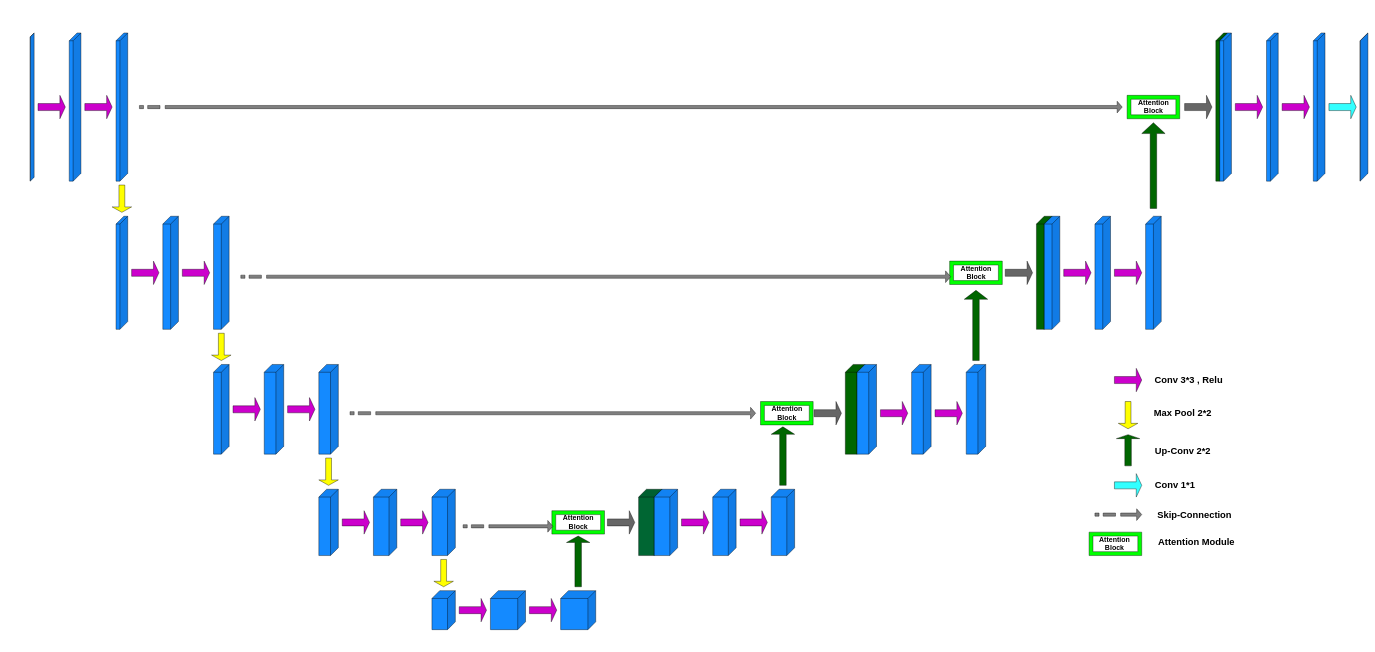
This is my_unet_1.drawio from AnayPanja/demo_drawing_at_draw.io, a draw.io file, before an edit. Source tidied: cells renumbered, new cells numbered last; positions are measured from the earlier drawing's top-left corner, leaving out a move shared by most shapes. Both pictures are drawn from the tidied source at 39%, with x=0, y=0 at pixel (30, 33).
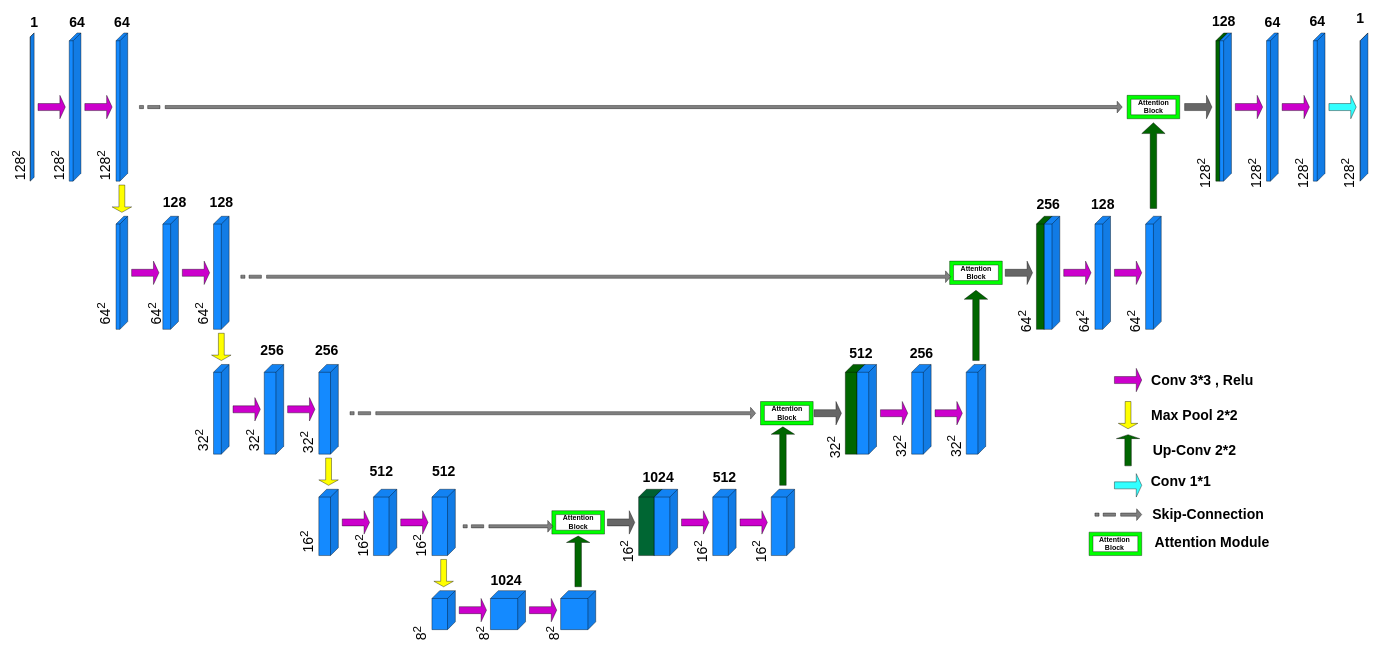
After the change.

What changed in the source:
```diff
@@
-    <mxCell id="82" value="&lt;font style=&quot;font-size: 24px;&quot;&gt;&lt;b&gt;Conv 3*3 , Relu&lt;/b&gt;&lt;/font&gt;" style="text;html=1;align=center;verticalAlign=middle;strokeColor=none;fillColor=none;" parent="1" vertex="1">
-      <mxGeometry x="2870" y="870" width="200" height="40" as="geometry" />
+    <mxCell id="82" value="&lt;font style=&quot;font-size: 36px;&quot;&gt;&lt;b style=&quot;&quot;&gt;Conv 3*3 , Relu&lt;/b&gt;&lt;/font&gt;" style="text;html=1;align=center;verticalAlign=middle;strokeColor=none;fillColor=none;" parent="1" vertex="1">
+      <mxGeometry x="2860" y="860" width="290" height="60" as="geometry" />
     </mxCell>
-    <mxCell id="83" value="&lt;font style=&quot;font-size: 24px;&quot;&gt;&lt;b&gt;Max Pool 2*2&lt;/b&gt;&lt;/font&gt;" style="text;html=1;align=center;verticalAlign=middle;strokeColor=none;fillColor=none;" parent="1" vertex="1">
-      <mxGeometry x="2870" y="955" width="170" height="40" as="geometry" />
+    <mxCell id="83" value="&lt;font style=&quot;font-size: 36px;&quot;&gt;&lt;b style=&quot;&quot;&gt;Max Pool 2*2&lt;/b&gt;&lt;/font&gt;" style="text;html=1;align=center;verticalAlign=middle;strokeColor=none;fillColor=none;" parent="1" vertex="1">
+      <mxGeometry x="2860" y="950" width="250" height="60" as="geometry" />
     </mxCell>
-    <mxCell id="84" value="&lt;font style=&quot;font-size: 24px;&quot;&gt;&lt;b&gt;Up-Conv 2*2&lt;/b&gt;&lt;/font&gt;" style="text;html=1;align=center;verticalAlign=middle;strokeColor=none;fillColor=none;" parent="1" vertex="1">
-      <mxGeometry x="2870" y="1053" width="170" height="40" as="geometry" />
+    <mxCell id="84" value="&lt;font style=&quot;font-size: 36px;&quot;&gt;&lt;b style=&quot;&quot;&gt;Up-Conv 2*2&lt;/b&gt;&lt;/font&gt;" style="text;html=1;align=center;verticalAlign=middle;strokeColor=none;fillColor=none;" parent="1" vertex="1">
+      <mxGeometry x="2865" y="1040" width="240" height="60" as="geometry" />
     </mxCell>
-    <mxCell id="85" value="&lt;font style=&quot;font-size: 24px;&quot;&gt;&lt;b&gt;Conv 1*1&lt;/b&gt;&lt;/font&gt;" style="text;html=1;align=center;verticalAlign=middle;strokeColor=none;fillColor=none;" parent="1" vertex="1">
-      <mxGeometry x="2870" y="1140" width="130" height="40" as="geometry" />
+    <mxCell id="85" value="&lt;font style=&quot;font-size: 36px;&quot;&gt;&lt;b style=&quot;&quot;&gt;Conv 1*1&lt;/b&gt;&lt;/font&gt;" style="text;html=1;align=center;verticalAlign=middle;strokeColor=none;fillColor=none;" parent="1" vertex="1">
+      <mxGeometry x="2860" y="1120" width="180" height="60" as="geometry" />
     </mxCell>
-    <mxCell id="86" value="&lt;font style=&quot;font-size: 24px;&quot;&gt;&lt;b&gt;Skip-Connection&lt;/b&gt;&lt;/font&gt;" style="text;html=1;align=center;verticalAlign=middle;strokeColor=none;fillColor=none;" parent="1" vertex="1">
-      <mxGeometry x="2880" y="1215" width="210" height="40" as="geometry" />
+    <mxCell id="86" value="&lt;font style=&quot;font-size: 36px;&quot;&gt;&lt;b style=&quot;&quot;&gt;Skip-Connection&lt;/b&gt;&lt;/font&gt;" style="text;html=1;align=center;verticalAlign=middle;strokeColor=none;fillColor=none;" parent="1" vertex="1">
+      <mxGeometry x="2865" y="1205" width="310" height="60" as="geometry" />
     </mxCell>
@@
-    <mxCell id="89" value="&lt;font style=&quot;font-size: 24px;&quot;&gt;&lt;b&gt;Attention Module&lt;/b&gt;&lt;/font&gt;" style="text;html=1;align=center;verticalAlign=middle;strokeColor=none;fillColor=none;" parent="1" vertex="1">
-      <mxGeometry x="2880" y="1285" width="220" height="40" as="geometry" />
+    <mxCell id="89" value="&lt;font style=&quot;font-size: 36px;&quot;&gt;&lt;b style=&quot;&quot;&gt;Attention Module&lt;/b&gt;&lt;/font&gt;" style="text;html=1;align=center;verticalAlign=middle;strokeColor=none;fillColor=none;" parent="1" vertex="1">
+      <mxGeometry x="2870" y="1275" width="320" height="60" as="geometry" />
     </mxCell>
+    <mxCell id="90" value="&lt;font style=&quot;font-size: 36px;&quot;&gt;&lt;b style=&quot;&quot;&gt;64&lt;/b&gt;&lt;/font&gt;" style="text;html=1;align=center;verticalAlign=middle;strokeColor=none;fillColor=none;" parent="1" vertex="1">
+      <mxGeometry x="90" y="-57" width="60" height="60" as="geometry" />
+    </mxCell>
+    <mxCell id="91" value="&lt;b&gt;&lt;font style=&quot;font-size: 36px;&quot;&gt;1&lt;/font&gt;&lt;/b&gt;" style="text;html=1;align=center;verticalAlign=middle;strokeColor=none;fillColor=none;" parent="1" vertex="1">
+      <mxGeometry x="-10" y="-57" width="40" height="60" as="geometry" />
+    </mxCell>
+    <mxCell id="92" value="&lt;b&gt;&lt;font style=&quot;font-size: 36px;&quot;&gt;64&lt;/font&gt;&lt;/b&gt;" style="text;html=1;align=center;verticalAlign=middle;strokeColor=none;fillColor=none;" parent="1" vertex="1">
+      <mxGeometry x="205" y="-57" width="60" height="60" as="geometry" />
+    </mxCell>
+    <mxCell id="93" value="&lt;b&gt;&lt;font style=&quot;font-size: 36px;&quot;&gt;128&lt;/font&gt;&lt;/b&gt;" style="text;html=1;align=center;verticalAlign=middle;strokeColor=none;fillColor=none;" parent="1" vertex="1">
+      <mxGeometry x="330" y="403" width="80" height="60" as="geometry" />
+    </mxCell>
+    <mxCell id="94" value="&lt;b style=&quot;border-color: var(--border-color);&quot;&gt;&lt;font style=&quot;border-color: var(--border-color); font-size: 36px;&quot;&gt;128&lt;/font&gt;&lt;/b&gt;" style="text;html=1;align=center;verticalAlign=middle;strokeColor=none;fillColor=none;" parent="1" vertex="1">
+      <mxGeometry x="450" y="403" width="80" height="60" as="geometry" />
+    </mxCell>
+    <mxCell id="95" value="&lt;b style=&quot;border-color: var(--border-color);&quot;&gt;&lt;font style=&quot;border-color: var(--border-color); font-size: 36px;&quot;&gt;256&lt;/font&gt;&lt;/b&gt;" style="text;html=1;align=center;verticalAlign=middle;strokeColor=none;fillColor=none;" parent="1" vertex="1">
+      <mxGeometry x="580" y="783" width="80" height="60" as="geometry" />
+    </mxCell>
+    <mxCell id="96" value="&lt;b style=&quot;border-color: var(--border-color);&quot;&gt;&lt;font style=&quot;border-color: var(--border-color); font-size: 36px;&quot;&gt;256&lt;/font&gt;&lt;/b&gt;" style="text;html=1;align=center;verticalAlign=middle;strokeColor=none;fillColor=none;" parent="1" vertex="1">
+      <mxGeometry x="720" y="783" width="80" height="60" as="geometry" />
+    </mxCell>
+    <mxCell id="97" value="&lt;b&gt;&lt;font style=&quot;font-size: 36px;&quot;&gt;1024&lt;/font&gt;&lt;/b&gt;" style="text;html=1;align=center;verticalAlign=middle;strokeColor=none;fillColor=none;" parent="1" vertex="1">
+      <mxGeometry x="1170" y="1373" width="100" height="60" as="geometry" />
+    </mxCell>
+    <mxCell id="98" value="&lt;b style=&quot;border-color: var(--border-color);&quot;&gt;&lt;font style=&quot;border-color: var(--border-color); font-size: 36px;&quot;&gt;512&lt;/font&gt;&lt;/b&gt;" style="text;html=1;align=center;verticalAlign=middle;strokeColor=none;fillColor=none;" parent="1" vertex="1">
+      <mxGeometry x="1020" y="1093" width="80" height="60" as="geometry" />
+    </mxCell>
+    <mxCell id="99" value="&lt;b style=&quot;border-color: var(--border-color);&quot;&gt;&lt;font style=&quot;border-color: var(--border-color); font-size: 36px;&quot;&gt;512&lt;/font&gt;&lt;/b&gt;" style="text;html=1;align=center;verticalAlign=middle;strokeColor=none;fillColor=none;" parent="1" vertex="1">
+      <mxGeometry x="860" y="1093" width="80" height="60" as="geometry" />
+    </mxCell>
+    <mxCell id="100" value="&lt;b&gt;&lt;font style=&quot;font-size: 36px;&quot;&gt;1024&lt;/font&gt;&lt;/b&gt;" style="text;html=1;align=center;verticalAlign=middle;strokeColor=none;fillColor=none;" parent="1" vertex="1">
+      <mxGeometry x="1560" y="1110" width="100" height="60" as="geometry" />
+    </mxCell>
+    <mxCell id="101" value="&lt;b style=&quot;border-color: var(--border-color);&quot;&gt;&lt;font style=&quot;border-color: var(--border-color); font-size: 36px;&quot;&gt;512&lt;/font&gt;&lt;/b&gt;" style="text;html=1;align=center;verticalAlign=middle;strokeColor=none;fillColor=none;" parent="1" vertex="1">
+      <mxGeometry x="1740" y="1110" width="80" height="60" as="geometry" />
+    </mxCell>
+    <mxCell id="102" value="&lt;b style=&quot;border-color: var(--border-color);&quot;&gt;&lt;font style=&quot;border-color: var(--border-color); font-size: 36px;&quot;&gt;512&lt;/font&gt;&lt;/b&gt;" style="text;html=1;align=center;verticalAlign=middle;strokeColor=none;fillColor=none;" parent="1" vertex="1">
+      <mxGeometry x="2090" y="790" width="80" height="60" as="geometry" />
+    </mxCell>
+    <mxCell id="103" value="&lt;b style=&quot;border-color: var(--border-color);&quot;&gt;&lt;font style=&quot;border-color: var(--border-color); font-size: 36px;&quot;&gt;256&lt;/font&gt;&lt;/b&gt;" style="text;html=1;align=center;verticalAlign=middle;strokeColor=none;fillColor=none;" parent="1" vertex="1">
+      <mxGeometry x="2245" y="790" width="80" height="60" as="geometry" />
+    </mxCell>
+    <mxCell id="104" value="&lt;b style=&quot;border-color: var(--border-color);&quot;&gt;&lt;font style=&quot;border-color: var(--border-color); font-size: 36px;&quot;&gt;256&lt;/font&gt;&lt;/b&gt;" style="text;html=1;align=center;verticalAlign=middle;strokeColor=none;fillColor=none;" parent="1" vertex="1">
+      <mxGeometry x="2570" y="410" width="80" height="60" as="geometry" />
+    </mxCell>
+    <mxCell id="105" value="&lt;b&gt;&lt;font style=&quot;font-size: 36px;&quot;&gt;128&lt;/font&gt;&lt;/b&gt;" style="text;html=1;align=center;verticalAlign=middle;strokeColor=none;fillColor=none;" parent="1" vertex="1">
+      <mxGeometry x="2710" y="410" width="80" height="60" as="geometry" />
+    </mxCell>
+    <mxCell id="106" value="&lt;b&gt;&lt;font style=&quot;font-size: 36px;&quot;&gt;128&lt;/font&gt;&lt;/b&gt;" style="text;html=1;align=center;verticalAlign=middle;strokeColor=none;fillColor=none;" parent="1" vertex="1">
+      <mxGeometry x="3020" y="-60" width="80" height="60" as="geometry" />
+    </mxCell>
+    <mxCell id="107" value="&lt;b&gt;&lt;font style=&quot;font-size: 36px;&quot;&gt;64&lt;/font&gt;&lt;/b&gt;" style="text;html=1;align=center;verticalAlign=middle;strokeColor=none;fillColor=none;" parent="1" vertex="1">
+      <mxGeometry x="3155" y="-57" width="60" height="60" as="geometry" />
+    </mxCell>
+    <mxCell id="108" value="&lt;b style=&quot;border-color: var(--border-color);&quot;&gt;&lt;font style=&quot;border-color: var(--border-color); font-size: 36px;&quot;&gt;64&lt;/font&gt;&lt;/b&gt;" style="text;html=1;align=center;verticalAlign=middle;strokeColor=none;fillColor=none;" parent="1" vertex="1">
+      <mxGeometry x="3270" y="-60" width="60" height="60" as="geometry" />
+    </mxCell>
+    <mxCell id="109" value="&lt;b&gt;&lt;font style=&quot;font-size: 36px;&quot;&gt;1&lt;/font&gt;&lt;/b&gt;" style="text;html=1;align=center;verticalAlign=middle;strokeColor=none;fillColor=none;" parent="1" vertex="1">
+      <mxGeometry x="3390" y="-67" width="40" height="60" as="geometry" />
+    </mxCell>
+    <mxCell id="110" value="&lt;font style=&quot;font-size: 36px;&quot;&gt;128&lt;sup&gt;2&lt;/sup&gt;&lt;/font&gt;" style="text;html=1;align=center;verticalAlign=middle;strokeColor=none;fillColor=none;flipV=1;flipH=1;rotation=270;" parent="1" vertex="1">
+      <mxGeometry x="20" y="310" width="100" height="60" as="geometry" />
+    </mxCell>
+    <mxCell id="111" value="&lt;font style=&quot;font-size: 36px;&quot;&gt;128&lt;sup&gt;2&lt;/sup&gt;&lt;/font&gt;" style="text;html=1;align=center;verticalAlign=middle;strokeColor=none;fillColor=none;flipV=1;flipH=1;rotation=270;" parent="1" vertex="1">
+      <mxGeometry x="140" y="310" width="100" height="60" as="geometry" />
+    </mxCell>
+    <mxCell id="112" value="&lt;font style=&quot;font-size: 36px;&quot;&gt;128&lt;sup&gt;2&lt;/sup&gt;&lt;/font&gt;" style="text;html=1;align=center;verticalAlign=middle;strokeColor=none;fillColor=none;flipV=1;flipH=1;rotation=270;" parent="1" vertex="1">
+      <mxGeometry x="-80" y="310" width="100" height="60" as="geometry" />
+    </mxCell>
+    <mxCell id="113" value="&lt;font style=&quot;font-size: 36px;&quot;&gt;64&lt;sup&gt;2&lt;/sup&gt;&lt;/font&gt;" style="text;html=1;align=center;verticalAlign=middle;strokeColor=none;fillColor=none;rotation=270;" parent="1" vertex="1">
+      <mxGeometry x="2790" y="710" width="80" height="60" as="geometry" />
+    </mxCell>
+    <mxCell id="114" value="&lt;font style=&quot;font-size: 36px;&quot;&gt;64&lt;sup&gt;2&lt;/sup&gt;&lt;/font&gt;" style="text;html=1;align=center;verticalAlign=middle;strokeColor=none;fillColor=none;rotation=270;" parent="1" vertex="1">
+      <mxGeometry x="400" y="690" width="80" height="60" as="geometry" />
+    </mxCell>
+    <mxCell id="115" value="&lt;font style=&quot;font-size: 36px;&quot;&gt;64&lt;sup&gt;2&lt;/sup&gt;&lt;/font&gt;" style="text;html=1;align=center;verticalAlign=middle;strokeColor=none;fillColor=none;rotation=270;" parent="1" vertex="1">
+      <mxGeometry x="280" y="690" width="80" height="60" as="geometry" />
+    </mxCell>
+    <mxCell id="116" value="&lt;font style=&quot;font-size: 36px;&quot;&gt;64&lt;sup&gt;2&lt;/sup&gt;&lt;/font&gt;" style="text;html=1;align=center;verticalAlign=middle;strokeColor=none;fillColor=none;rotation=270;" parent="1" vertex="1">
+      <mxGeometry x="150" y="690" width="80" height="60" as="geometry" />
+    </mxCell>
+    <mxCell id="117" value="&lt;font style=&quot;font-size: 36px;&quot;&gt;32&lt;sup&gt;2&lt;/sup&gt;&lt;/font&gt;" style="text;html=1;align=center;verticalAlign=middle;strokeColor=none;fillColor=none;rotation=270;" parent="1" vertex="1">
+      <mxGeometry x="2330" y="1030" width="80" height="60" as="geometry" />
+    </mxCell>
+    <mxCell id="118" value="&lt;font style=&quot;font-size: 36px;&quot;&gt;32&lt;sup&gt;2&lt;/sup&gt;&lt;/font&gt;" style="text;html=1;align=center;verticalAlign=middle;strokeColor=none;fillColor=none;rotation=270;" parent="1" vertex="1">
+      <mxGeometry x="2020" y="1033" width="80" height="60" as="geometry" />
+    </mxCell>
+    <mxCell id="119" value="&lt;font style=&quot;font-size: 36px;&quot;&gt;32&lt;sup&gt;2&lt;/sup&gt;&lt;/font&gt;" style="text;html=1;align=center;verticalAlign=middle;strokeColor=none;fillColor=none;rotation=270;" parent="1" vertex="1">
+      <mxGeometry x="670" y="1020" width="80" height="60" as="geometry" />
+    </mxCell>
+    <mxCell id="120" value="&lt;font style=&quot;font-size: 36px;&quot;&gt;32&lt;sup&gt;2&lt;/sup&gt;&lt;/font&gt;" style="text;html=1;align=center;verticalAlign=middle;strokeColor=none;fillColor=none;rotation=270;" parent="1" vertex="1">
+      <mxGeometry x="530" y="1015" width="80" height="60" as="geometry" />
+    </mxCell>
+    <mxCell id="121" value="&lt;font style=&quot;font-size: 36px;&quot;&gt;32&lt;sup&gt;2&lt;/sup&gt;&lt;/font&gt;" style="text;html=1;align=center;verticalAlign=middle;strokeColor=none;fillColor=none;rotation=270;" parent="1" vertex="1">
+      <mxGeometry x="400" y="1015" width="80" height="60" as="geometry" />
+    </mxCell>
+    <mxCell id="122" value="&lt;font style=&quot;font-size: 36px;&quot;&gt;16&lt;sup&gt;2&lt;/sup&gt;&lt;/font&gt;" style="text;html=1;align=center;verticalAlign=middle;strokeColor=none;fillColor=none;rotation=270;" parent="1" vertex="1">
+      <mxGeometry x="1830" y="1300" width="80" height="60" as="geometry" />
+    </mxCell>
+    <mxCell id="123" value="&lt;font style=&quot;font-size: 36px;&quot;&gt;16&lt;sup&gt;2&lt;/sup&gt;&lt;/font&gt;" style="text;html=1;align=center;verticalAlign=middle;strokeColor=none;fillColor=none;rotation=270;" parent="1" vertex="1">
+      <mxGeometry x="1680" y="1300" width="80" height="60" as="geometry" />
+    </mxCell>
+    <mxCell id="124" value="&lt;font style=&quot;font-size: 36px;&quot;&gt;16&lt;sup&gt;2&lt;/sup&gt;&lt;/font&gt;" style="text;html=1;align=center;verticalAlign=middle;strokeColor=none;fillColor=none;rotation=270;" parent="1" vertex="1">
+      <mxGeometry x="1490" y="1300" width="80" height="60" as="geometry" />
+    </mxCell>
+    <mxCell id="125" value="&lt;font style=&quot;font-size: 36px;&quot;&gt;16&lt;sup&gt;2&lt;/sup&gt;&lt;/font&gt;" style="text;html=1;align=center;verticalAlign=middle;strokeColor=none;fillColor=none;rotation=270;" parent="1" vertex="1">
+      <mxGeometry x="960" y="1285" width="80" height="60" as="geometry" />
+    </mxCell>
+    <mxCell id="126" value="&lt;font style=&quot;font-size: 36px;&quot;&gt;16&lt;sup&gt;2&lt;/sup&gt;&lt;/font&gt;" style="text;html=1;align=center;verticalAlign=middle;strokeColor=none;fillColor=none;rotation=270;" parent="1" vertex="1">
+      <mxGeometry x="810" y="1285" width="80" height="60" as="geometry" />
+    </mxCell>
+    <mxCell id="127" value="&lt;font style=&quot;font-size: 36px;&quot;&gt;16&lt;sup&gt;2&lt;/sup&gt;&lt;/font&gt;" style="text;html=1;align=center;verticalAlign=middle;strokeColor=none;fillColor=none;rotation=270;" parent="1" vertex="1">
+      <mxGeometry x="670" y="1275" width="80" height="60" as="geometry" />
+    </mxCell>
+    <mxCell id="128" value="&lt;font style=&quot;font-size: 36px;&quot;&gt;8&lt;sup&gt;2&lt;/sup&gt;&lt;/font&gt;" style="text;html=1;align=center;verticalAlign=middle;strokeColor=none;fillColor=none;rotation=270;" parent="1" vertex="1">
+      <mxGeometry x="1130" y="1510" width="60" height="60" as="geometry" />
+    </mxCell>
+    <mxCell id="129" value="&lt;font style=&quot;font-size: 36px;&quot;&gt;8&lt;sup&gt;2&lt;/sup&gt;&lt;/font&gt;" style="text;html=1;align=center;verticalAlign=middle;strokeColor=none;fillColor=none;rotation=270;" parent="1" vertex="1">
+      <mxGeometry x="970" y="1510" width="60" height="60" as="geometry" />
+    </mxCell>
+    <mxCell id="130" value="&lt;font style=&quot;font-size: 36px;&quot;&gt;8&lt;sup&gt;2&lt;/sup&gt;&lt;/font&gt;" style="text;html=1;align=center;verticalAlign=middle;strokeColor=none;fillColor=none;rotation=270;" parent="1" vertex="1">
+      <mxGeometry x="1310" y="1510" width="60" height="60" as="geometry" />
+    </mxCell>
+    <mxCell id="131" value="&lt;font style=&quot;font-size: 36px;&quot;&gt;32&lt;sup&gt;2&lt;/sup&gt;&lt;/font&gt;" style="text;html=1;align=center;verticalAlign=middle;strokeColor=none;fillColor=none;rotation=270;" parent="1" vertex="1">
+      <mxGeometry x="2190" y="1030" width="80" height="60" as="geometry" />
+    </mxCell>
+    <mxCell id="132" value="&lt;font style=&quot;font-size: 36px;&quot;&gt;64&lt;sup&gt;2&lt;/sup&gt;&lt;/font&gt;" style="text;html=1;align=center;verticalAlign=middle;strokeColor=none;fillColor=none;rotation=270;" parent="1" vertex="1">
+      <mxGeometry x="2660" y="710" width="80" height="60" as="geometry" />
+    </mxCell>
+    <mxCell id="133" value="&lt;font style=&quot;font-size: 36px;&quot;&gt;64&lt;sup&gt;2&lt;/sup&gt;&lt;/font&gt;" style="text;html=1;align=center;verticalAlign=middle;strokeColor=none;fillColor=none;rotation=270;" parent="1" vertex="1">
+      <mxGeometry x="2510" y="710" width="80" height="60" as="geometry" />
+    </mxCell>
+    <mxCell id="134" value="&lt;font style=&quot;font-size: 36px;&quot;&gt;128&lt;sup&gt;2&lt;/sup&gt;&lt;/font&gt;" style="text;html=1;align=center;verticalAlign=middle;strokeColor=none;fillColor=none;flipV=1;flipH=1;rotation=270;" parent="1" vertex="1">
+      <mxGeometry x="2960" y="330" width="100" height="60" as="geometry" />
+    </mxCell>
+    <mxCell id="135" value="&lt;font style=&quot;font-size: 36px;&quot;&gt;128&lt;sup&gt;2&lt;/sup&gt;&lt;/font&gt;" style="text;html=1;align=center;verticalAlign=middle;strokeColor=none;fillColor=none;flipV=1;flipH=1;rotation=270;" parent="1" vertex="1">
+      <mxGeometry x="3210" y="330" width="100" height="60" as="geometry" />
+    </mxCell>
+    <mxCell id="136" value="&lt;font style=&quot;font-size: 36px;&quot;&gt;128&lt;sup&gt;2&lt;/sup&gt;&lt;/font&gt;" style="text;html=1;align=center;verticalAlign=middle;strokeColor=none;fillColor=none;flipV=1;flipH=1;rotation=270;" parent="1" vertex="1">
+      <mxGeometry x="3090" y="330" width="100" height="60" as="geometry" />
+    </mxCell>
+    <mxCell id="137" value="&lt;font style=&quot;font-size: 36px;&quot;&gt;128&lt;sup&gt;2&lt;/sup&gt;&lt;/font&gt;" style="text;html=1;align=center;verticalAlign=middle;strokeColor=none;fillColor=none;flipV=1;flipH=1;rotation=270;" parent="1" vertex="1">
+      <mxGeometry x="3330" y="330" width="100" height="60" as="geometry" />
+    </mxCell>
```
